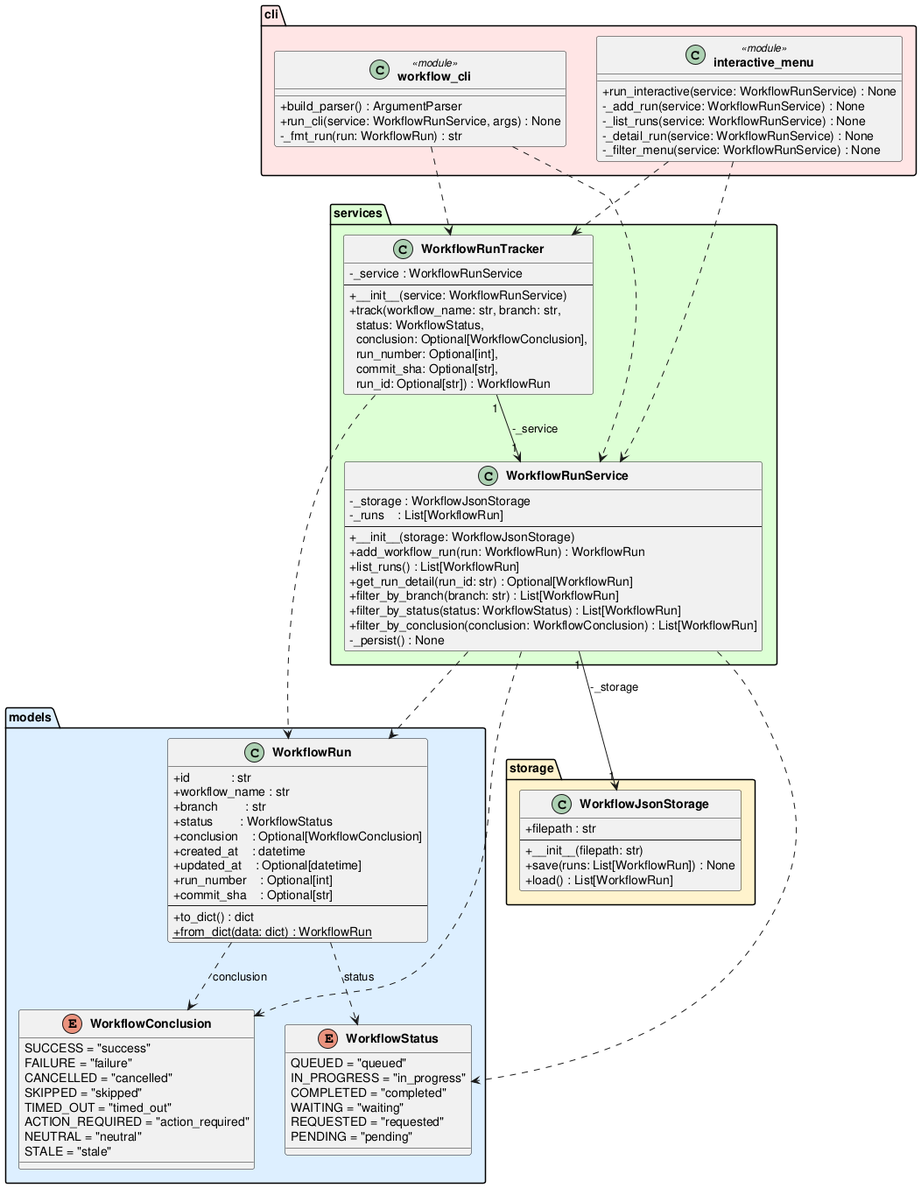
Above: experiments/pipeline/user_stories/github-workflow-manager/artifacts/class_diagram.png in DanielRiha8906/Software_autoevolution_using_agents (PlantUML), before the change. Source of this version:
```plantuml
@startuml class_diagram

skinparam classAttributeIconSize 0
skinparam classFontStyle bold

package "models" #DDEEFF {
    enum WorkflowStatus {
        QUEUED = "queued"
        IN_PROGRESS = "in_progress"
        COMPLETED = "completed"
        WAITING = "waiting"
        REQUESTED = "requested"
        PENDING = "pending"
    }

    enum WorkflowConclusion {
        SUCCESS = "success"
        FAILURE = "failure"
        CANCELLED = "cancelled"
        SKIPPED = "skipped"
        TIMED_OUT = "timed_out"
        ACTION_REQUIRED = "action_required"
        NEUTRAL = "neutral"
        STALE = "stale"
    }

    class WorkflowRun {
        +id            : str
        +workflow_name : str
        +branch        : str
        +status        : WorkflowStatus
        +conclusion    : Optional[WorkflowConclusion]
        +created_at    : datetime
        +updated_at    : Optional[datetime]
        +run_number    : Optional[int]
        +commit_sha    : Optional[str]
        --
        +to_dict() : dict
        +{static} from_dict(data: dict) : WorkflowRun
    }
}

package "storage" #FFF3CC {
    class WorkflowJsonStorage {
        +filepath : str
        --
        +__init__(filepath: str)
        +save(runs: List[WorkflowRun]) : None
        +load() : List[WorkflowRun]
    }
}

package "services" #DDFFD4 {
    class WorkflowRunService {
        -_storage : WorkflowJsonStorage
        -_runs    : List[WorkflowRun]
        --
        +__init__(storage: WorkflowJsonStorage)
        +add_workflow_run(run: WorkflowRun) : WorkflowRun
        +list_runs() : List[WorkflowRun]
        +get_run_detail(run_id: str) : Optional[WorkflowRun]
        +filter_by_branch(branch: str) : List[WorkflowRun]
        +filter_by_status(status: WorkflowStatus) : List[WorkflowRun]
        +filter_by_conclusion(conclusion: WorkflowConclusion) : List[WorkflowRun]
        -_persist() : None
    }

    class WorkflowRunTracker {
        -_service : WorkflowRunService
        --
        +__init__(service: WorkflowRunService)
        +track(workflow_name: str, branch: str,\n  status: WorkflowStatus,\n  conclusion: Optional[WorkflowConclusion],\n  run_number: Optional[int],\n  commit_sha: Optional[str],\n  run_id: Optional[str]) : WorkflowRun
    }
}

package "cli" #FFE5E5 {
    class "workflow_cli" <<module>> {
        +build_parser() : ArgumentParser
        +run_cli(service: WorkflowRunService, args) : None
        -_fmt_run(run: WorkflowRun) : str
    }

    class "interactive_menu" <<module>> {
        +run_interactive(service: WorkflowRunService) : None
        -_add_run(service: WorkflowRunService) : None
        -_list_runs(service: WorkflowRunService) : None
        -_detail_run(service: WorkflowRunService) : None
        -_filter_menu(service: WorkflowRunService) : None
    }
}

WorkflowRun                ..>  WorkflowStatus        : status
WorkflowRun                ..>  WorkflowConclusion    : conclusion
WorkflowRunService    "1" --> "1" WorkflowJsonStorage : -_storage
WorkflowRunService         ..>  WorkflowRun
WorkflowRunService         ..>  WorkflowStatus
WorkflowRunService         ..>  WorkflowConclusion
WorkflowRunTracker    "1" --> "1" WorkflowRunService  : -_service
WorkflowRunTracker         ..>  WorkflowRun
"workflow_cli"             ..>  WorkflowRunService
"workflow_cli"             ..>  WorkflowRunTracker
"interactive_menu"         ..>  WorkflowRunService
"interactive_menu"         ..>  WorkflowRunTracker

@enduml
```
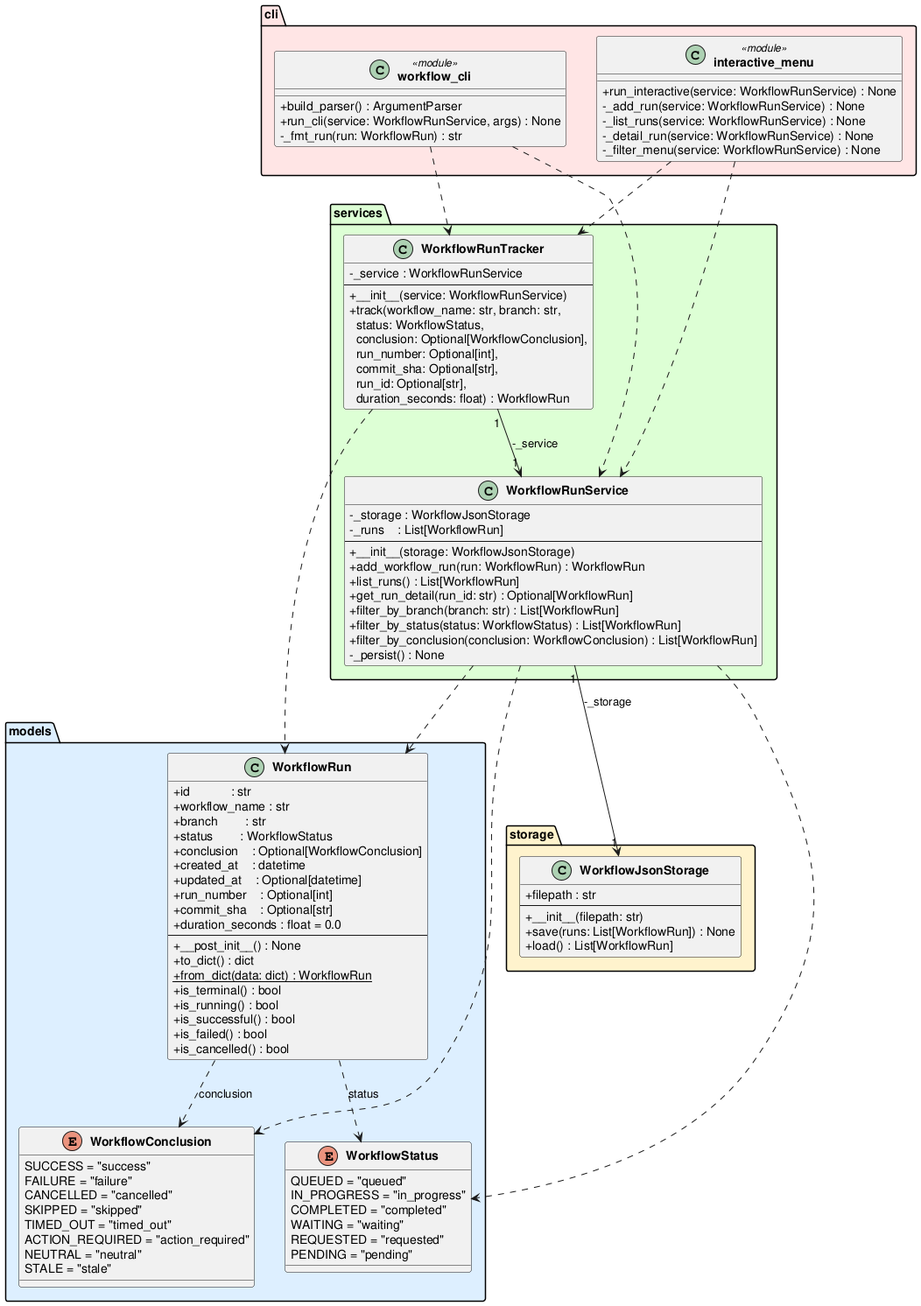
The same diagram one commit later.

Change to the diagram source:
```diff
@@ -34,9 +34,16 @@
         +updated_at    : Optional[datetime]
         +run_number    : Optional[int]
         +commit_sha    : Optional[str]
+        +duration_seconds : float = 0.0
         --
+        +__post_init__() : None
         +to_dict() : dict
         +{static} from_dict(data: dict) : WorkflowRun
+        +is_terminal() : bool
+        +is_running() : bool
+        +is_successful() : bool
+        +is_failed() : bool
+        +is_cancelled() : bool
     }
 }
 
@@ -69,7 +76,7 @@
         -_service : WorkflowRunService
         --
         +__init__(service: WorkflowRunService)
-        +track(workflow_name: str, branch: str,\n  status: WorkflowStatus,\n  conclusion: Optional[WorkflowConclusion],\n  run_number: Optional[int],\n  commit_sha: Optional[str],\n  run_id: Optional[str]) : WorkflowRun
+        +track(workflow_name: str, branch: str,\n  status: WorkflowStatus,\n  conclusion: Optional[WorkflowConclusion],\n  run_number: Optional[int],\n  commit_sha: Optional[str],\n  run_id: Optional[str],\n  duration_seconds: float) : WorkflowRun
     }
 }
 
```
